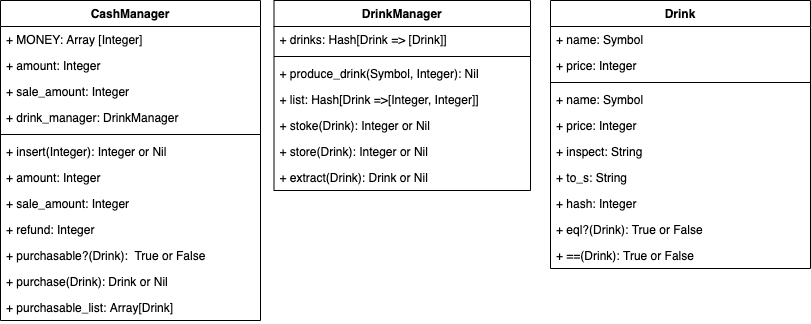
Above: images/class.png in fumtas1k/tddbc_ft (draw.io), before the change. Source tidied: cells renumbered, new cells last; positions are measured from the earlier drawing's top-left corner, leaving out a move shared by most shapes.
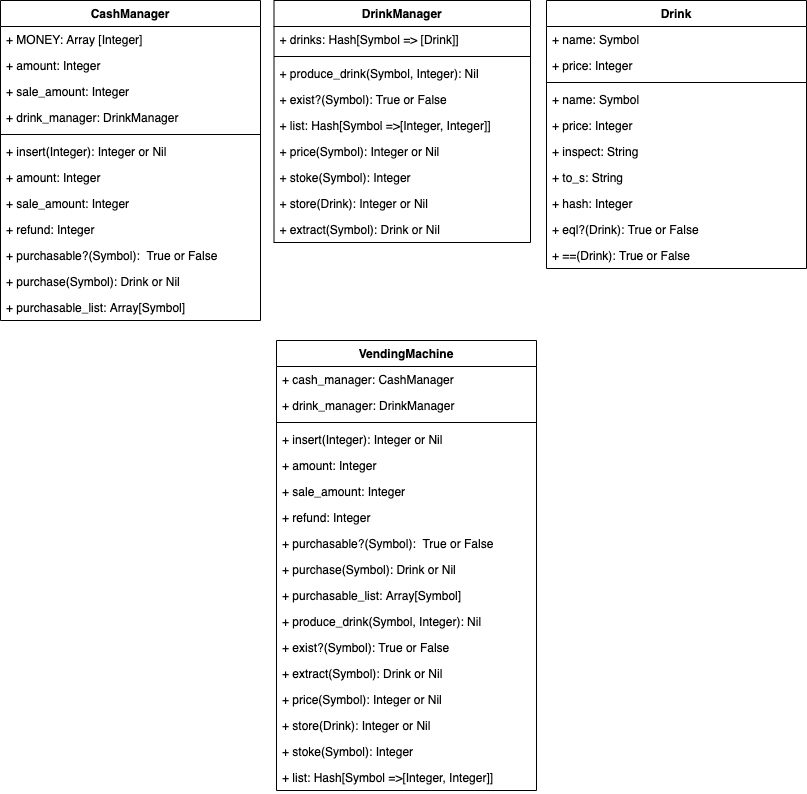
After the commit.

Commit message:
change: クラス設定変更

What changed in the source:
```diff
@@ -32,19 +32,19 @@
     <mxCell id="11" value="+ refund: Integer" style="text;strokeColor=none;fillColor=none;align=left;verticalAlign=top;spacingLeft=4;spacingRight=4;overflow=hidden;" parent="2" vertex="1">
       <mxGeometry y="216" width="260" height="26" as="geometry" />
     </mxCell>
-    <mxCell id="12" value="+ purchasable?(Drink):  True or False" style="text;strokeColor=none;fillColor=none;align=left;verticalAlign=top;spacingLeft=4;spacingRight=4;overflow=hidden;" parent="2" vertex="1">
+    <mxCell id="12" value="+ purchasable?(Symbol):  True or False" style="text;strokeColor=none;fillColor=none;align=left;verticalAlign=top;spacingLeft=4;spacingRight=4;overflow=hidden;" parent="2" vertex="1">
       <mxGeometry y="242" width="260" height="26" as="geometry" />
     </mxCell>
-    <mxCell id="13" value="+ purchase(Drink): Drink or Nil" style="text;strokeColor=none;fillColor=none;align=left;verticalAlign=top;spacingLeft=4;spacingRight=4;overflow=hidden;" parent="2" vertex="1">
+    <mxCell id="13" value="+ purchase(Symbol): Drink or Nil" style="text;strokeColor=none;fillColor=none;align=left;verticalAlign=top;spacingLeft=4;spacingRight=4;overflow=hidden;" parent="2" vertex="1">
       <mxGeometry y="268" width="260" height="26" as="geometry" />
     </mxCell>
-    <mxCell id="14" value="+ purchasable_list: Array[Drink]" style="text;strokeColor=none;fillColor=none;align=left;verticalAlign=top;spacingLeft=4;spacingRight=4;overflow=hidden;" parent="2" vertex="1">
+    <mxCell id="14" value="+ purchasable_list: Array[Symbol]" style="text;strokeColor=none;fillColor=none;align=left;verticalAlign=top;spacingLeft=4;spacingRight=4;overflow=hidden;" parent="2" vertex="1">
       <mxGeometry y="294" width="260" height="26" as="geometry" />
     </mxCell>
     <mxCell id="15" value="DrinkManager" style="swimlane;fontStyle=1;align=center;verticalAlign=top;horizontal=1;startSize=26;" parent="1" vertex="1">
-      <mxGeometry x="273.5" width="256.5" height="190" as="geometry" />
+      <mxGeometry x="273.5" width="256.5" height="242" as="geometry" />
     </mxCell>
-    <mxCell id="16" value="+ drinks: Hash[Drink =&gt; [Drink]]" style="text;strokeColor=none;fillColor=none;align=left;verticalAlign=top;spacingLeft=4;spacingRight=4;overflow=hidden;" parent="15" vertex="1">
+    <mxCell id="16" value="+ drinks: Hash[Symbol =&gt; [Drink]]" style="text;strokeColor=none;fillColor=none;align=left;verticalAlign=top;spacingLeft=4;spacingRight=4;overflow=hidden;" parent="15" vertex="1">
       <mxGeometry y="26" width="256.5" height="26" as="geometry" />
     </mxCell>
     <mxCell id="17" style="line;strokeWidth=1;fillColor=none;align=left;verticalAlign=middle;spacingTop=-1;spacingLeft=3;spacingRight=3;labelPosition=right;" parent="15" vertex="1">
@@ -53,20 +53,26 @@
     <mxCell id="18" value="+ produce_drink(Symbol, Integer): Nil" style="text;strokeColor=none;fillColor=none;align=left;verticalAlign=top;spacingLeft=4;spacingRight=4;overflow=hidden;" parent="15" vertex="1">
       <mxGeometry y="60" width="256.5" height="26" as="geometry" />
     </mxCell>
+    <mxCell id="34" value="+ exist?(Symbol): True or False" style="text;strokeColor=none;fillColor=none;align=left;verticalAlign=top;spacingLeft=4;spacingRight=4;overflow=hidden;" parent="15" vertex="1">
+      <mxGeometry y="86" width="256.5" height="26" as="geometry" />
+    </mxCell>
-    <mxCell id="19" value="+ list: Hash[Drink =&gt;[Integer, Integer]]" style="text;strokeColor=none;fillColor=none;align=left;verticalAlign=top;spacingLeft=4;spacingRight=4;overflow=hidden;" parent="15" vertex="1">
-      <mxGeometry y="86" width="256.5" height="26" as="geometry" />
+    <mxCell id="19" value="+ list: Hash[Symbol =&gt;[Integer, Integer]]" style="text;strokeColor=none;fillColor=none;align=left;verticalAlign=top;spacingLeft=4;spacingRight=4;overflow=hidden;" parent="15" vertex="1">
+      <mxGeometry y="112" width="256.5" height="26" as="geometry" />
     </mxCell>
+    <mxCell id="35" value="+ price(Symbol): Integer or Nil" style="text;strokeColor=none;fillColor=none;align=left;verticalAlign=top;spacingLeft=4;spacingRight=4;overflow=hidden;" parent="15" vertex="1">
+      <mxGeometry y="138" width="256.5" height="26" as="geometry" />
+    </mxCell>
-    <mxCell id="20" value="+ stoke(Drink): Integer or Nil" style="text;strokeColor=none;fillColor=none;align=left;verticalAlign=top;spacingLeft=4;spacingRight=4;overflow=hidden;" parent="15" vertex="1">
-      <mxGeometry y="112" width="256.5" height="26" as="geometry" />
+    <mxCell id="20" value="+ stoke(Symbol): Integer" style="text;strokeColor=none;fillColor=none;align=left;verticalAlign=top;spacingLeft=4;spacingRight=4;overflow=hidden;" parent="15" vertex="1">
+      <mxGeometry y="164" width="256.5" height="26" as="geometry" />
     </mxCell>
     <mxCell id="21" value="+ store(Drink): Integer or Nil" style="text;strokeColor=none;fillColor=none;align=left;verticalAlign=top;spacingLeft=4;spacingRight=4;overflow=hidden;" parent="15" vertex="1">
-      <mxGeometry y="138" width="256.5" height="26" as="geometry" />
+      <mxGeometry y="190" width="256.5" height="26" as="geometry" />
     </mxCell>
-    <mxCell id="22" value="+ extract(Drink): Drink or Nil" style="text;strokeColor=none;fillColor=none;align=left;verticalAlign=top;spacingLeft=4;spacingRight=4;overflow=hidden;" parent="15" vertex="1">
-      <mxGeometry y="164" width="256.5" height="26" as="geometry" />
+    <mxCell id="22" value="+ extract(Symbol): Drink or Nil" style="text;strokeColor=none;fillColor=none;align=left;verticalAlign=top;spacingLeft=4;spacingRight=4;overflow=hidden;" parent="15" vertex="1">
+      <mxGeometry y="216" width="256.5" height="26" as="geometry" />
     </mxCell>
     <mxCell id="23" value="Drink" style="swimlane;fontStyle=1;align=center;verticalAlign=top;horizontal=1;startSize=26;" parent="1" vertex="1">
-      <mxGeometry x="550" width="260" height="268" as="geometry" />
+      <mxGeometry x="546" width="260" height="268" as="geometry" />
     </mxCell>
     <mxCell id="24" value="+ name: Symbol" style="text;strokeColor=none;fillColor=none;align=left;verticalAlign=top;spacingLeft=4;spacingRight=4;overflow=hidden;" parent="23" vertex="1">
       <mxGeometry y="26" width="260" height="26" as="geometry" />
@@ -98,5 +104,59 @@
     <mxCell id="33" value="+ ==(Drink): True or False" style="text;strokeColor=none;fillColor=none;align=left;verticalAlign=top;spacingLeft=4;spacingRight=4;overflow=hidden;" parent="23" vertex="1">
       <mxGeometry y="242" width="260" height="26" as="geometry" />
     </mxCell>
+    <mxCell id="36" value="VendingMachine" style="swimlane;fontStyle=1;align=center;verticalAlign=top;horizontal=1;startSize=26;" parent="1" vertex="1">
+      <mxGeometry x="276" y="340" width="260" height="450" as="geometry" />
+    </mxCell>
+    <mxCell id="37" value="+ cash_manager: CashManager" style="text;strokeColor=none;fillColor=none;align=left;verticalAlign=top;spacingLeft=4;spacingRight=4;overflow=hidden;" parent="36" vertex="1">
+      <mxGeometry y="26" width="260" height="26" as="geometry" />
+    </mxCell>
+    <mxCell id="38" value="+ drink_manager: DrinkManager" style="text;strokeColor=none;fillColor=none;align=left;verticalAlign=top;spacingLeft=4;spacingRight=4;overflow=hidden;" parent="36" vertex="1">
+      <mxGeometry y="52" width="260" height="26" as="geometry" />
+    </mxCell>
+    <mxCell id="39" style="line;strokeWidth=1;fillColor=none;align=left;verticalAlign=middle;spacingTop=-1;spacingLeft=3;spacingRight=3;labelPosition=right;" parent="36" vertex="1">
+      <mxGeometry y="78" width="260" height="8" as="geometry" />
+    </mxCell>
+    <mxCell id="40" value="+ insert(Integer): Integer or Nil" style="text;strokeColor=none;fillColor=none;align=left;verticalAlign=top;spacingLeft=4;spacingRight=4;overflow=hidden;" parent="36" vertex="1">
+      <mxGeometry y="86" width="260" height="26" as="geometry" />
+    </mxCell>
+    <mxCell id="41" value="+ amount: Integer" style="text;strokeColor=none;fillColor=none;align=left;verticalAlign=top;spacingLeft=4;spacingRight=4;overflow=hidden;" parent="36" vertex="1">
+      <mxGeometry y="112" width="260" height="26" as="geometry" />
+    </mxCell>
+    <mxCell id="42" value="+ sale_amount: Integer" style="text;strokeColor=none;fillColor=none;align=left;verticalAlign=top;spacingLeft=4;spacingRight=4;overflow=hidden;" parent="36" vertex="1">
+      <mxGeometry y="138" width="260" height="26" as="geometry" />
+    </mxCell>
+    <mxCell id="43" value="+ refund: Integer" style="text;strokeColor=none;fillColor=none;align=left;verticalAlign=top;spacingLeft=4;spacingRight=4;overflow=hidden;" parent="36" vertex="1">
+      <mxGeometry y="164" width="260" height="26" as="geometry" />
+    </mxCell>
+    <mxCell id="44" value="+ purchasable?(Symbol):  True or False" style="text;strokeColor=none;fillColor=none;align=left;verticalAlign=top;spacingLeft=4;spacingRight=4;overflow=hidden;" parent="36" vertex="1">
+      <mxGeometry y="190" width="260" height="26" as="geometry" />
+    </mxCell>
+    <mxCell id="45" value="+ purchase(Symbol): Drink or Nil" style="text;strokeColor=none;fillColor=none;align=left;verticalAlign=top;spacingLeft=4;spacingRight=4;overflow=hidden;" parent="36" vertex="1">
+      <mxGeometry y="216" width="260" height="26" as="geometry" />
+    </mxCell>
+    <mxCell id="46" value="+ purchasable_list: Array[Symbol]" style="text;strokeColor=none;fillColor=none;align=left;verticalAlign=top;spacingLeft=4;spacingRight=4;overflow=hidden;" parent="36" vertex="1">
+      <mxGeometry y="242" width="260" height="26" as="geometry" />
+    </mxCell>
+    <mxCell id="47" value="+ produce_drink(Symbol, Integer): Nil" style="text;strokeColor=none;fillColor=none;align=left;verticalAlign=top;spacingLeft=4;spacingRight=4;overflow=hidden;" parent="36" vertex="1">
+      <mxGeometry y="268" width="260" height="26" as="geometry" />
+    </mxCell>
+    <mxCell id="48" value="+ exist?(Symbol): True or False" style="text;strokeColor=none;fillColor=none;align=left;verticalAlign=top;spacingLeft=4;spacingRight=4;overflow=hidden;" parent="36" vertex="1">
+      <mxGeometry y="294" width="260" height="26" as="geometry" />
+    </mxCell>
+    <mxCell id="49" value="+ extract(Symbol): Drink or Nil" style="text;strokeColor=none;fillColor=none;align=left;verticalAlign=top;spacingLeft=4;spacingRight=4;overflow=hidden;" parent="36" vertex="1">
+      <mxGeometry y="320" width="260" height="26" as="geometry" />
+    </mxCell>
+    <mxCell id="50" value="+ price(Symbol): Integer or Nil" style="text;strokeColor=none;fillColor=none;align=left;verticalAlign=top;spacingLeft=4;spacingRight=4;overflow=hidden;" parent="36" vertex="1">
+      <mxGeometry y="346" width="260" height="26" as="geometry" />
+    </mxCell>
+    <mxCell id="51" value="+ store(Drink): Integer or Nil" style="text;strokeColor=none;fillColor=none;align=left;verticalAlign=top;spacingLeft=4;spacingRight=4;overflow=hidden;" parent="36" vertex="1">
+      <mxGeometry y="372" width="260" height="26" as="geometry" />
+    </mxCell>
+    <mxCell id="52" value="+ stoke(Symbol): Integer" style="text;strokeColor=none;fillColor=none;align=left;verticalAlign=top;spacingLeft=4;spacingRight=4;overflow=hidden;" parent="36" vertex="1">
+      <mxGeometry y="398" width="260" height="26" as="geometry" />
+    </mxCell>
+    <mxCell id="53" value="+ list: Hash[Symbol =&gt;[Integer, Integer]]" style="text;strokeColor=none;fillColor=none;align=left;verticalAlign=top;spacingLeft=4;spacingRight=4;overflow=hidden;" parent="36" vertex="1">
+      <mxGeometry y="424" width="260" height="26" as="geometry" />
+    </mxCell>
   </root>
 </mxGraphModel>
```
